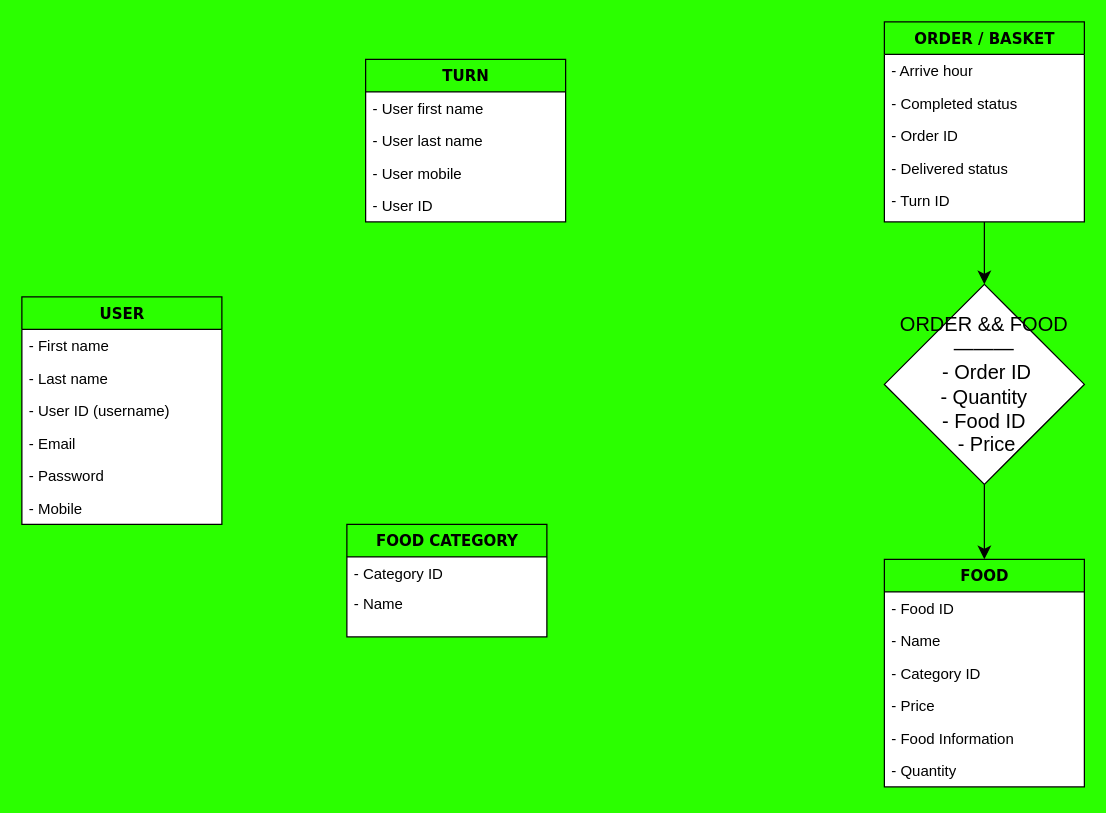
VictorJ-Ch/Cafeteria-Menu keeps this draw.io diagram as 名称未設定ファイル.drawio. Above is the earlier version. Source tidied: cells renumbered, new cells numbered last; positions are measured from the earlier drawing's top-left corner, leaving out a move shared by most shapes. Both pictures are drawn from the tidied source at 125%, with x=0, y=0 at pixel (21, 21).
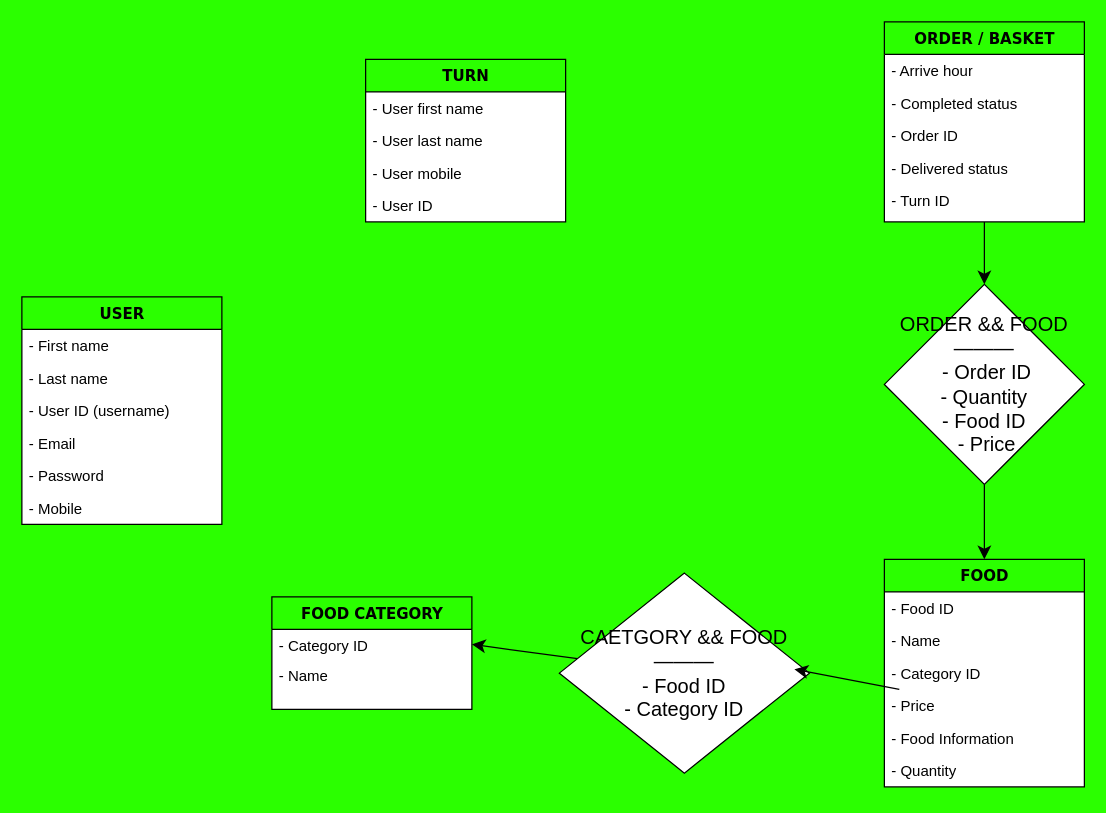
The same page after the edit.

Commit message:
EnlaceFood&&CategoryReady

Unchanged cells that the change refers to:
```xml
<mxCell id="6" value="- Price" style="text;html=1;strokeColor=none;fillColor=none;align=left;verticalAlign=top;spacingLeft=4;spacingRight=4;whiteSpace=wrap;overflow=hidden;points=[[0,0.5],[1,0.5]];portConstraint=eastwest;" parent="2" vertex="1">
  <mxGeometry y="104" width="160" height="26" as="geometry" />
</mxCell>
<mxCell id="29" value="&lt;span style=&quot;text-align: center;&quot;&gt;- Category ID&lt;/span&gt;" style="text;html=1;strokeColor=none;fillColor=none;align=left;verticalAlign=top;spacingLeft=4;spacingRight=4;whiteSpace=wrap;overflow=hidden;points=[[0,0.5],[1,0.5]];portConstraint=eastwest;" parent="28" vertex="1">
  <mxGeometry y="26" width="160" height="24" as="geometry" />
</mxCell>
```

What changed in the source:
```diff
@@
     <mxCell id="28" value="FOOD CATEGORY" style="swimlane;html=1;fontStyle=1;align=center;verticalAlign=top;horizontal=1;startSize=26;swimlaneFillColor=#ffffff;rounded=0;shadow=0;comic=0;labelBackgroundColor=none;strokeWidth=1;fillColor=none;fontFamily=Verdana;fontSize=12;" parent="1" vertex="1">
-      <mxGeometry x="260" y="402" width="160" height="90" as="geometry" />
+      <mxGeometry x="200" y="460" width="160" height="90" as="geometry" />
     </mxCell>
@@
+    <mxCell id="33" style="edgeStyle=none;curved=1;rounded=0;jettySize=auto;html=1;fontSize=12;startSize=8;endSize=8;entryX=1;entryY=0.5;entryDx=0;entryDy=0;" parent="1" edge="1" source="34" target="29">
+      <mxGeometry relative="1" as="geometry" />
+    </mxCell>
+    <mxCell id="34" value="CAETGORY &amp;amp;&amp;amp; FOOD&lt;br&gt;———&lt;br&gt;- Food ID&lt;br&gt;- Category ID" style="rhombus;whiteSpace=wrap;html=1;fontSize=16;" parent="1" vertex="1">
+      <mxGeometry x="430" y="441" width="200" height="160" as="geometry" />
+    </mxCell>
+    <mxCell id="35" style="edgeStyle=none;curved=1;rounded=0;jettySize=auto;html=1;entryX=0.94;entryY=0.481;entryDx=0;entryDy=0;entryPerimeter=0;fontSize=12;startSize=8;endSize=8;" parent="1" edge="1" source="6" target="34">
+      <mxGeometry relative="1" as="geometry" />
+    </mxCell>
```
